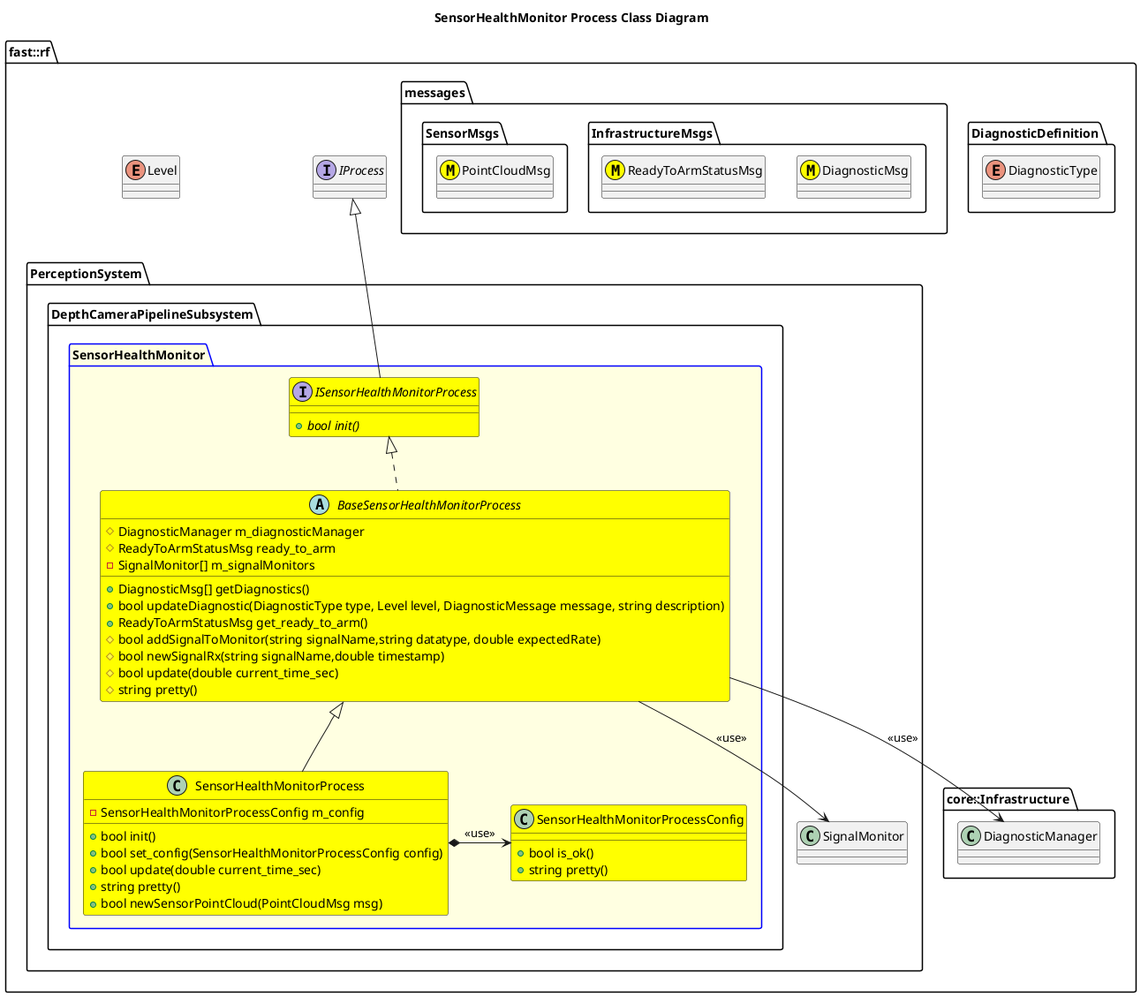
fastrobotics/robot_framework keeps this PlantUML diagram as Systems/Perception/Subsystems/DepthCameraPipeline/Processes/SensorHealthMonitor/doc/puml/SensorHealthMonitorProcessClassDiagram.png. Above is the earlier version. Its diagram source:
```plantuml
@startuml
title SensorHealthMonitor Process Class Diagram

namespace fast::rf {
    enum Level
    interface IProcess
    namespace DiagnosticDefinition {
        enum DiagnosticType
    }
    namespace messages {
        namespace InfrastructureMsgs {
            class DiagnosticMsg <<(M,#FFFF00)>>
            class ReadyToArmStatusMsg <<(M,#FFFF00)>>
        }
        namespace SensorMsgs {
            class PointCloudMsg <<(M,#FFFF00)>>
        }
    }
    namespace core::Infrastructure {
        class DiagnosticManager
    }

    namespace PerceptionSystem {
        class SignalMonitor
        namespace DepthCameraPipelineSubsystem {

        package SensorHealthMonitor #LightYellow;line:blue {

            interface ISensorHealthMonitorProcess #Yellow {
                +{abstract} bool init()
            }
            ISensorHealthMonitorProcess -up-|> IProcess
            abstract BaseSensorHealthMonitorProcess #Yellow {
                +DiagnosticMsg[] getDiagnostics()
                +bool updateDiagnostic(DiagnosticType type, Level level, DiagnosticMessage message, string description)
                +ReadyToArmStatusMsg get_ready_to_arm()
                #bool addSignalToMonitor(string signalName,string datatype, double expectedRate)
                #bool newSignalRx(string signalName,double timestamp)
                #bool update(double current_time_sec)
                #string pretty()
                #DiagnosticManager m_diagnosticManager
                #ReadyToArmStatusMsg ready_to_arm
                -SignalMonitor[] m_signalMonitors
            }
            BaseSensorHealthMonitorProcess .up.|> ISensorHealthMonitorProcess
            BaseSensorHealthMonitorProcess --> DiagnosticManager: <<use>>
            BaseSensorHealthMonitorProcess --> SignalMonitor: <<use>>
            class SensorHealthMonitorProcessConfig #Yellow {
                +bool is_ok()
                +string pretty()
            }
            class SensorHealthMonitorProcess #Yellow {
                +bool init()
                +bool set_config(SensorHealthMonitorProcessConfig config)
                +bool update(double current_time_sec)
                +string pretty()
                +bool newSensorPointCloud(PointCloudMsg msg)
                -SensorHealthMonitorProcessConfig m_config
            }
            SensorHealthMonitorProcess -up-|> BaseSensorHealthMonitorProcess
            SensorHealthMonitorProcess *-> SensorHealthMonitorProcessConfig: <<use>>
        }
    }
  }
}
@enduml
```
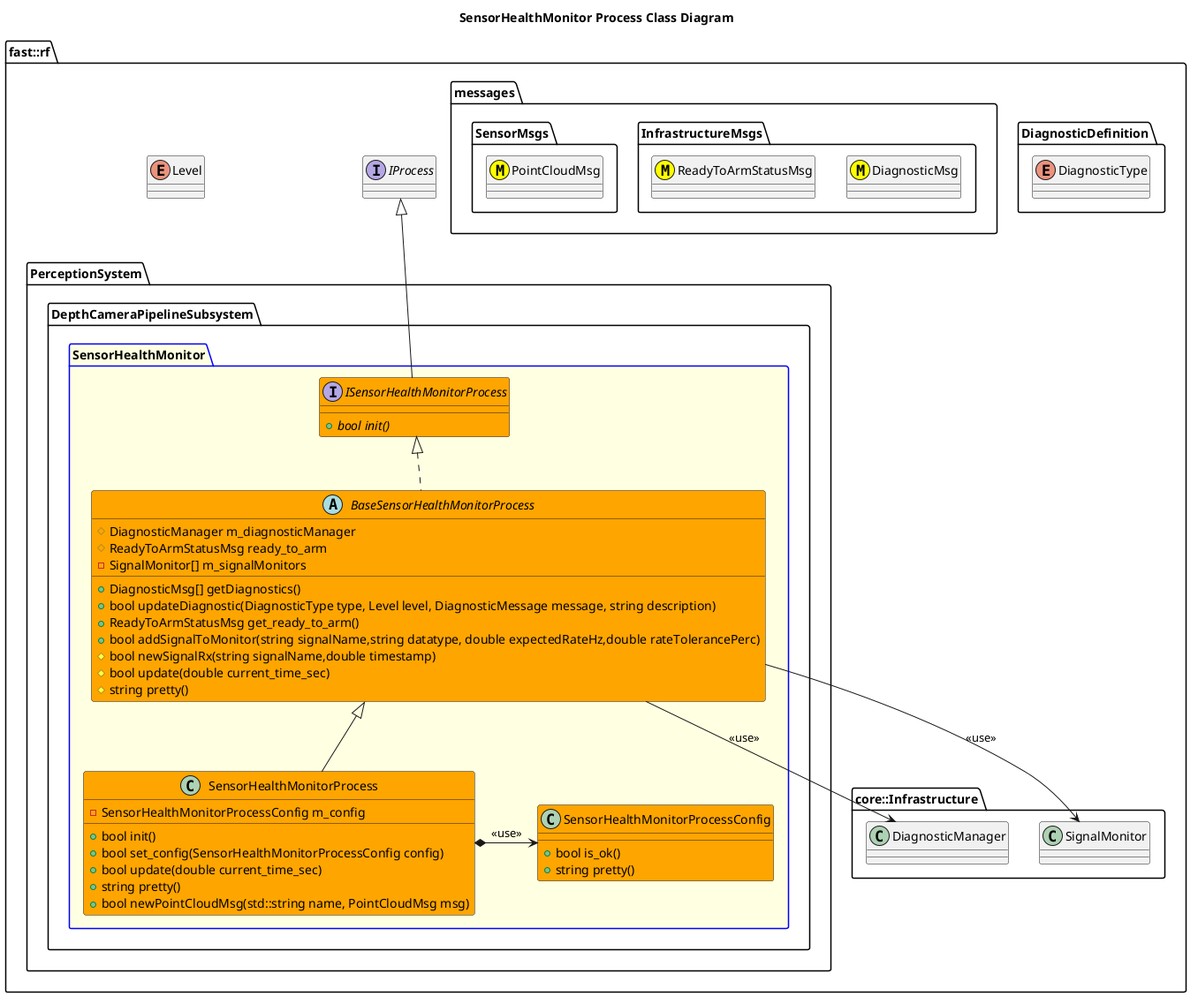
The same file after the commit.

What changed in the source:
```diff
@@ -18,23 +18,23 @@
     }
     namespace core::Infrastructure {
         class DiagnosticManager
+        class SignalMonitor
     }
 
     namespace PerceptionSystem {
-        class SignalMonitor
         namespace DepthCameraPipelineSubsystem {
 
         package SensorHealthMonitor #LightYellow;line:blue {
 
-            interface ISensorHealthMonitorProcess #Yellow {
+            interface ISensorHealthMonitorProcess #Orange {
                 +{abstract} bool init()
             }
             ISensorHealthMonitorProcess -up-|> IProcess
-            abstract BaseSensorHealthMonitorProcess #Yellow {
+            abstract BaseSensorHealthMonitorProcess #Orange {
                 +DiagnosticMsg[] getDiagnostics()
                 +bool updateDiagnostic(DiagnosticType type, Level level, DiagnosticMessage message, string description)
                 +ReadyToArmStatusMsg get_ready_to_arm()
-                #bool addSignalToMonitor(string signalName,string datatype, double expectedRate)
+                +bool addSignalToMonitor(string signalName,string datatype, double expectedRateHz,double rateTolerancePerc)
                 #bool newSignalRx(string signalName,double timestamp)
                 #bool update(double current_time_sec)
                 #string pretty()
@@ -45,16 +45,16 @@
             BaseSensorHealthMonitorProcess .up.|> ISensorHealthMonitorProcess
             BaseSensorHealthMonitorProcess --> DiagnosticManager: <<use>>
             BaseSensorHealthMonitorProcess --> SignalMonitor: <<use>>
-            class SensorHealthMonitorProcessConfig #Yellow {
+            class SensorHealthMonitorProcessConfig #Orange {
                 +bool is_ok()
                 +string pretty()
             }
-            class SensorHealthMonitorProcess #Yellow {
+            class SensorHealthMonitorProcess #Orange {
                 +bool init()
                 +bool set_config(SensorHealthMonitorProcessConfig config)
                 +bool update(double current_time_sec)
                 +string pretty()
-                +bool newSensorPointCloud(PointCloudMsg msg)
+                +bool newPointCloudMsg(std::string name, PointCloudMsg msg)
                 -SensorHealthMonitorProcessConfig m_config
             }
             SensorHealthMonitorProcess -up-|> BaseSensorHealthMonitorProcess
```
